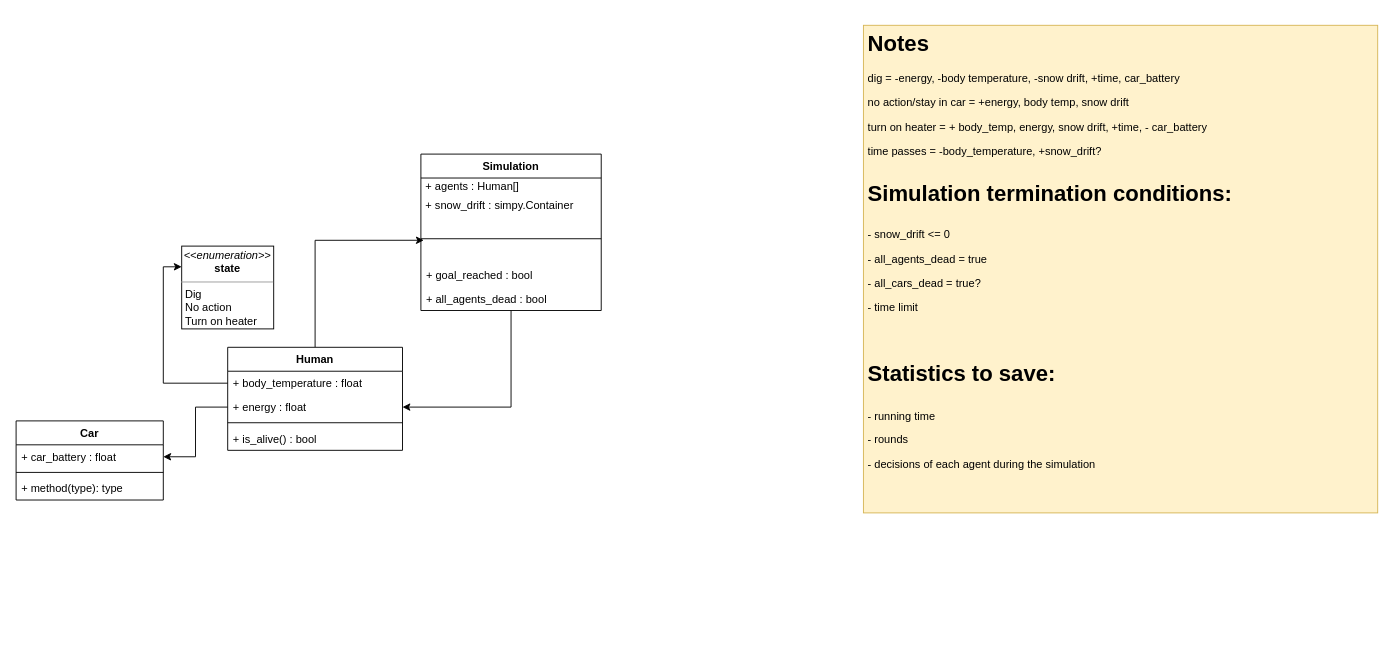
Before: snow_drift_simulation_UML.drawio in Animosa04/snow_drift_simulation, a draw.io diagram. Source tidied: cells renumbered, new cells numbered last; positions are measured from the earlier drawing's top-left corner, leaving out a move shared by most shapes. Both pictures are drawn from the tidied source at 92%, with x=0, y=0 at pixel (16, 25).
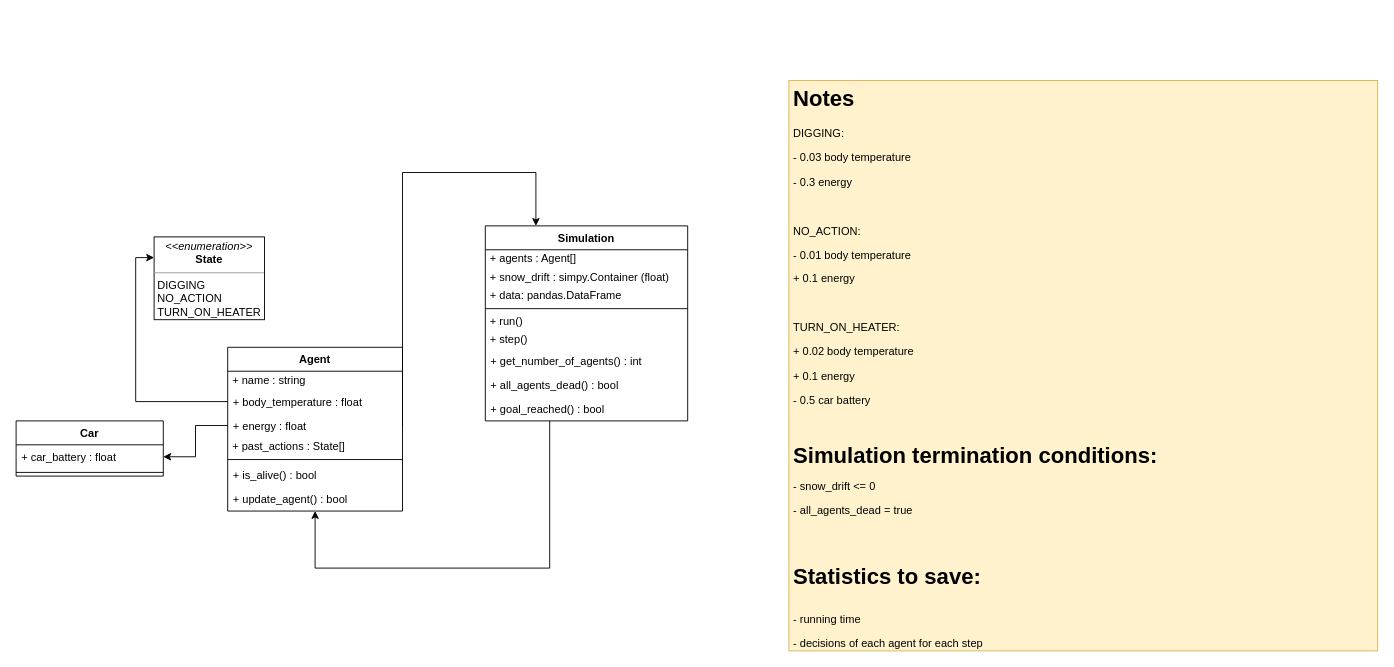
After the change.

Commit message (it also covers changes not shown here):
gather metadata, dig based on energy

Diff of the diagram source:
```diff
@@
-    <mxCell id="2" value="&lt;p style=&quot;margin: 0px ; margin-top: 4px ; text-align: center&quot;&gt;&lt;i&gt;&amp;lt;&amp;lt;enumeration&amp;gt;&amp;gt;&lt;/i&gt;&lt;br&gt;&lt;b&gt;state&lt;/b&gt;&lt;/p&gt;&lt;hr size=&quot;1&quot;&gt;&lt;p style=&quot;margin: 0px ; margin-left: 4px&quot;&gt;Dig&lt;/p&gt;&lt;p style=&quot;margin: 0px ; margin-left: 4px&quot;&gt;No action&lt;br&gt;&lt;/p&gt;&lt;p style=&quot;margin: 0px ; margin-left: 4px&quot;&gt;Turn on heater&lt;br&gt;&lt;/p&gt;&lt;p style=&quot;margin: 0px ; margin-left: 4px&quot;&gt;&lt;br&gt;&lt;/p&gt;" style="verticalAlign=top;align=left;overflow=fill;fontSize=12;fontFamily=Helvetica;html=1;" parent="1" vertex="1">
-      <mxGeometry x="180" y="240" width="100" height="90" as="geometry" />
+    <mxCell id="2" value="&lt;p style=&quot;margin: 0px ; margin-top: 4px ; text-align: center&quot;&gt;&lt;i&gt;&amp;lt;&amp;lt;enumeration&amp;gt;&amp;gt;&lt;/i&gt;&lt;br&gt;&lt;b&gt;State&lt;/b&gt;&lt;/p&gt;&lt;hr size=&quot;1&quot;&gt;&lt;p style=&quot;margin: 0px ; margin-left: 4px&quot;&gt;DIGGING&lt;/p&gt;&lt;p style=&quot;margin: 0px ; margin-left: 4px&quot;&gt;NO_ACTION&lt;br&gt;&lt;/p&gt;&lt;p style=&quot;margin: 0px ; margin-left: 4px&quot;&gt;TURN_ON_HEATER&lt;/p&gt;" style="verticalAlign=top;align=left;overflow=fill;fontSize=12;fontFamily=Helvetica;html=1;" parent="1" vertex="1">
+      <mxGeometry x="150" y="230" width="120" height="90" as="geometry" />
     </mxCell>
-    <mxCell id="3" style="edgeStyle=orthogonalEdgeStyle;rounded=0;jettySize=auto;html=1;entryX=0.016;entryY=0.532;entryDx=0;entryDy=0;entryPerimeter=0;" parent="1" edge="1" source="4" target="13">
-      <mxGeometry relative="1" as="geometry" />
-    </mxCell>
-    <mxCell id="4" value="Human" style="swimlane;fontStyle=1;align=center;verticalAlign=top;horizontal=1;startSize=26;" parent="1" vertex="1">
-      <mxGeometry x="230" y="350" width="190" height="112" as="geometry" />
+    <mxCell id="4" value="Agent" style="swimlane;fontStyle=1;align=center;verticalAlign=top;horizontal=1;startSize=26;" parent="1" vertex="1">
+      <mxGeometry x="230" y="350" width="190" height="178" as="geometry" />
     </mxCell>
+    <mxCell id="23" value="&amp;nbsp;+ name : string" style="text;html=1;align=left;verticalAlign=middle;strokeColor=none;fillColor=none;" parent="4" vertex="1">
+      <mxGeometry y="26" width="190" height="20" as="geometry" />
+    </mxCell>
     <mxCell id="5" value="+ body_temperature : float" style="text;strokeColor=none;fillColor=none;align=left;verticalAlign=top;spacingLeft=4;spacingRight=4;overflow=hidden;points=[[0,0.5],[1,0.5]];portConstraint=eastwest;" parent="4" vertex="1">
-      <mxGeometry y="26" width="190" height="26" as="geometry" />
+      <mxGeometry y="46" width="190" height="26" as="geometry" />
     </mxCell>
     <mxCell id="6" value="+ energy : float" style="text;strokeColor=none;fillColor=none;align=left;verticalAlign=top;spacingLeft=4;spacingRight=4;overflow=hidden;points=[[0,0.5],[1,0.5]];portConstraint=eastwest;" parent="4" vertex="1">
-      <mxGeometry y="52" width="190" height="26" as="geometry" />
+      <mxGeometry y="72" width="190" height="26" as="geometry" />
     </mxCell>
+    <mxCell id="24" value="&amp;nbsp;+ past_actions&amp;nbsp;: State[]" style="text;html=1;align=left;verticalAlign=middle;strokeColor=none;fillColor=none;" parent="4" vertex="1">
+      <mxGeometry y="98" width="190" height="20" as="geometry" />
+    </mxCell>
     <mxCell id="7" style="line;strokeWidth=1;fillColor=none;align=left;verticalAlign=middle;spacingTop=-1;spacingLeft=3;spacingRight=3;labelPosition=right;" parent="4" vertex="1">
-      <mxGeometry y="78" width="190" height="8" as="geometry" />
+      <mxGeometry y="118" width="190" height="8" as="geometry" />
     </mxCell>
     <mxCell id="8" value="+ is_alive() : bool" style="text;strokeColor=none;fillColor=none;align=left;verticalAlign=top;spacingLeft=4;spacingRight=4;overflow=hidden;" parent="4" vertex="1">
-      <mxGeometry y="86" width="190" height="26" as="geometry" />
+      <mxGeometry y="126" width="190" height="26" as="geometry" />
     </mxCell>
-    <mxCell id="9" style="edgeStyle=orthogonalEdgeStyle;rounded=0;jettySize=auto;html=1;entryX=1;entryY=0.5;entryDx=0;entryDy=0;" parent="1" edge="1" source="10" target="6">
-      <mxGeometry relative="1" as="geometry" />
-    </mxCell>
-    <mxCell id="10" value="Simulation" style="swimlane;fontStyle=1;align=center;verticalAlign=top;horizontal=1;startSize=26;" parent="1" vertex="1">
-      <mxGeometry x="440" y="140" width="196" height="170" as="geometry" />
-    </mxCell>
-    <mxCell id="11" value="&amp;nbsp;+ agents : Human[]" style="text;html=1;align=left;verticalAlign=middle;strokeColor=none;fillColor=none;" parent="10" vertex="1">
-      <mxGeometry y="26" width="196" height="20" as="geometry" />
-    </mxCell>
-    <mxCell id="12" value="&amp;nbsp;+ snow_drift : simpy.Container" style="text;html=1;align=left;verticalAlign=middle;strokeColor=none;fillColor=none;" parent="10" vertex="1">
-      <mxGeometry y="46" width="196" height="20" as="geometry" />
-    </mxCell>
-    <mxCell id="13" style="line;strokeWidth=1;fillColor=none;align=left;verticalAlign=middle;spacingTop=-1;spacingLeft=3;spacingRight=3;labelPosition=right;points=[];portConstraint=eastwest;" parent="10" vertex="1">
-      <mxGeometry y="66" width="196" height="52" as="geometry" />
-    </mxCell>
-    <mxCell id="14" value="+ goal_reached : bool" style="text;strokeColor=none;fillColor=none;align=left;verticalAlign=top;spacingLeft=4;spacingRight=4;overflow=hidden;" parent="10" vertex="1">
-      <mxGeometry y="118" width="196" height="26" as="geometry" />
-    </mxCell>
-    <mxCell id="15" value="+ all_agents_dead : bool" style="text;strokeColor=none;fillColor=none;align=left;verticalAlign=top;spacingLeft=4;spacingRight=4;overflow=hidden;" parent="10" vertex="1">
-      <mxGeometry y="144" width="196" height="26" as="geometry" />
-    </mxCell>
+    <mxCell id="25" value="+ update_agent() : bool" style="text;strokeColor=none;fillColor=none;align=left;verticalAlign=top;spacingLeft=4;spacingRight=4;overflow=hidden;" parent="4" vertex="1">
+      <mxGeometry y="152" width="190" height="26" as="geometry" />
+    </mxCell>
-    <mxCell id="16" value="&lt;h1&gt;Notes&lt;/h1&gt;&lt;p&gt;dig = -energy, -body temperature, -snow drift, +time, car_battery&lt;/p&gt;&lt;p&gt;no action/stay in car = +energy, body temp, snow drift&lt;/p&gt;&lt;p&gt;turn on heater = + body_temp, energy, snow drift, +time, - car_battery&lt;/p&gt;&lt;p&gt;time passes = -body_temperature, +snow_drift?&lt;/p&gt;&lt;p style=&quot;font-size: 24px&quot;&gt;&lt;b&gt;&lt;font style=&quot;font-size: 24px&quot;&gt;Simulation termination conditions:&lt;/font&gt;&lt;/b&gt;&lt;/p&gt;&lt;p&gt;&lt;font style=&quot;font-size: 12px&quot;&gt;- snow_drift &amp;lt;= 0&lt;/font&gt;&lt;/p&gt;&lt;p&gt;- all_agents_dead = true&lt;/p&gt;&lt;p&gt;- all_cars_dead = true?&lt;/p&gt;&lt;p&gt;- time limit&lt;/p&gt;&lt;p&gt;&lt;br&gt;&lt;/p&gt;&lt;p style=&quot;font-size: 24px&quot;&gt;&lt;b&gt;&lt;font style=&quot;font-size: 24px&quot;&gt;Statistics to save:&lt;/font&gt;&lt;/b&gt;&lt;/p&gt;&lt;p&gt;&lt;font style=&quot;font-size: 12px&quot;&gt;- running time&lt;/font&gt;&lt;/p&gt;&lt;p&gt;- rounds&lt;/p&gt;&lt;p&gt;- decisions of each agent during the simulation&lt;/p&gt;&lt;p&gt;&lt;br&gt;&lt;/p&gt;" style="text;html=1;spacing=5;spacingTop=-20;whiteSpace=wrap;overflow=hidden;rounded=0;fillColor=#fff2cc;strokeColor=#d6b656;" parent="1" vertex="1">
-      <mxGeometry x="921" width="559" height="530" as="geometry" />
+    <mxCell id="16" value="&lt;h1&gt;&lt;b&gt;Notes&lt;/b&gt;&lt;/h1&gt;&lt;p&gt;DIGGING:&lt;/p&gt;&lt;p&gt;- 0.03 body temperature&lt;/p&gt;&lt;p&gt;- 0.3 energy&lt;/p&gt;&lt;p&gt;&lt;br&gt;&lt;/p&gt;&lt;p&gt;NO_ACTION:&lt;/p&gt;&lt;p&gt;- 0.01 body temperature&lt;/p&gt;&lt;p&gt;+ 0.1 energy&lt;/p&gt;&lt;p&gt;&lt;br&gt;&lt;/p&gt;&lt;p&gt;TURN_ON_HEATER:&lt;/p&gt;&lt;p&gt;+ 0.02 body temperature&lt;/p&gt;&lt;p&gt;+ 0.1 energy&lt;/p&gt;&lt;p&gt;- 0.5 car battery&lt;/p&gt;&lt;p&gt;&lt;br&gt;&lt;/p&gt;&lt;p&gt;&lt;b style=&quot;font-family: inherit ; font-size: 24px ; font-style: inherit&quot;&gt;Simulation termination conditions:&lt;/b&gt;&lt;br&gt;&lt;/p&gt;&lt;p&gt;&lt;font style=&quot;font-size: 12px&quot;&gt;- snow_drift &amp;lt;= 0&lt;/font&gt;&lt;/p&gt;&lt;p&gt;- all_agents_dead = true&lt;/p&gt;&lt;p&gt;&lt;br&gt;&lt;/p&gt;&lt;p style=&quot;font-size: 24px&quot;&gt;&lt;b&gt;&lt;font style=&quot;font-size: 24px&quot;&gt;Statistics to save:&lt;/font&gt;&lt;/b&gt;&lt;/p&gt;&lt;p&gt;&lt;font style=&quot;font-size: 12px&quot;&gt;- running time&lt;/font&gt;&lt;/p&gt;&lt;p&gt;&lt;span&gt;- decisions of each agent for each step&lt;/span&gt;&lt;br&gt;&lt;/p&gt;&lt;p&gt;&lt;br&gt;&lt;/p&gt;" style="text;html=1;spacing=5;spacingTop=-20;whiteSpace=wrap;overflow=hidden;rounded=0;fillColor=#fff2cc;strokeColor=#d6b656;" parent="1" vertex="1">
+      <mxGeometry x="840" y="60" width="640" height="620" as="geometry" />
     </mxCell>
     <mxCell id="17" value="Car" style="swimlane;fontStyle=1;align=center;verticalAlign=top;horizontal=1;startSize=26;rounded=0;fontSize=12;" parent="1" vertex="1">
-      <mxGeometry y="430" width="160" height="86" as="geometry" />
+      <mxGeometry y="430" width="160" height="60" as="geometry" />
     </mxCell>
@@
-    <mxCell id="20" value="+ method(type): type" style="text;strokeColor=none;fillColor=none;align=left;verticalAlign=top;spacingLeft=4;spacingRight=4;overflow=hidden;rounded=0;fontSize=12;" parent="17" vertex="1">
-      <mxGeometry y="60" width="160" height="26" as="geometry" />
-    </mxCell>
@@
+    <mxCell id="26" style="edgeStyle=orthogonalEdgeStyle;rounded=0;jettySize=auto;html=1;" parent="1" edge="1" source="10" target="4">
+      <mxGeometry relative="1" as="geometry">
+        <Array as="points">
+          <mxPoint x="580" y="590" />
+          <mxPoint x="325" y="590" />
+        </Array>
+      </mxGeometry>
+    </mxCell>
+    <mxCell id="10" value="Simulation" style="swimlane;fontStyle=1;align=center;verticalAlign=top;horizontal=1;startSize=26;" parent="1" vertex="1">
+      <mxGeometry x="510" y="218" width="220" height="212" as="geometry" />
+    </mxCell>
+    <mxCell id="11" value="&amp;nbsp;+ agents : Agent[]" style="text;html=1;align=left;verticalAlign=middle;strokeColor=none;fillColor=none;" parent="10" vertex="1">
+      <mxGeometry y="26" width="220" height="20" as="geometry" />
+    </mxCell>
+    <mxCell id="12" value="&amp;nbsp;+ snow_drift : simpy.Container (float)" style="text;html=1;align=left;verticalAlign=middle;strokeColor=none;fillColor=none;" parent="10" vertex="1">
+      <mxGeometry y="46" width="220" height="20" as="geometry" />
+    </mxCell>
+    <mxCell id="27" value="&amp;nbsp;+ data: pandas.DataFrame" style="text;html=1;align=left;verticalAlign=middle;strokeColor=none;fillColor=none;" parent="10" vertex="1">
+      <mxGeometry y="66" width="220" height="20" as="geometry" />
+    </mxCell>
+    <mxCell id="28" style="line;strokeWidth=1;fillColor=none;align=left;verticalAlign=middle;spacingTop=-1;spacingLeft=3;spacingRight=3;labelPosition=right;" parent="10" vertex="1">
+      <mxGeometry y="86" width="220" height="8" as="geometry" />
+    </mxCell>
+    <mxCell id="29" value="&lt;div&gt;&lt;span style=&quot;font-family: &amp;#34;helvetica&amp;#34; ; font-size: 12px ; font-weight: normal&quot;&gt;&amp;nbsp;+ run()&lt;/span&gt;&lt;/div&gt;" style="text;html=1;align=left;verticalAlign=middle;strokeColor=none;fillColor=none;" parent="10" vertex="1">
+      <mxGeometry y="94" width="220" height="20" as="geometry" />
+    </mxCell>
+    <mxCell id="30" value="&amp;nbsp;+ step()" style="text;html=1;align=left;verticalAlign=middle;strokeColor=none;fillColor=none;" parent="10" vertex="1">
+      <mxGeometry y="114" width="220" height="20" as="geometry" />
+    </mxCell>
+    <mxCell id="31" value="+ get_number_of_agents() : int" style="text;strokeColor=none;fillColor=none;align=left;verticalAlign=top;spacingLeft=4;spacingRight=4;overflow=hidden;" parent="10" vertex="1">
+      <mxGeometry y="134" width="220" height="26" as="geometry" />
+    </mxCell>
+    <mxCell id="15" value="+ all_agents_dead() : bool" style="text;strokeColor=none;fillColor=none;align=left;verticalAlign=top;spacingLeft=4;spacingRight=4;overflow=hidden;" parent="10" vertex="1">
+      <mxGeometry y="160" width="220" height="26" as="geometry" />
+    </mxCell>
+    <mxCell id="14" value="+ goal_reached() : bool" style="text;strokeColor=none;fillColor=none;align=left;verticalAlign=top;spacingLeft=4;spacingRight=4;overflow=hidden;" parent="10" vertex="1">
+      <mxGeometry y="186" width="220" height="26" as="geometry" />
+    </mxCell>
+    <mxCell id="32" style="edgeStyle=orthogonalEdgeStyle;rounded=0;jettySize=auto;html=1;exitX=1;exitY=0.5;exitDx=0;exitDy=0;entryX=0.25;entryY=0;entryDx=0;entryDy=0;" parent="1" edge="1" source="6" target="10">
+      <mxGeometry relative="1" as="geometry">
+        <Array as="points">
+          <mxPoint x="420" y="160" />
+          <mxPoint x="565" y="160" />
+        </Array>
+      </mxGeometry>
+    </mxCell>
```
